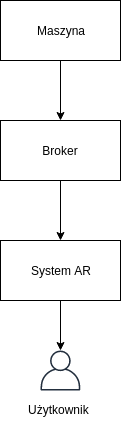
rilek/augumented-reality-experiment keeps this draw.io diagram as tekst/images/architektura.png. Above is the earlier version. Source tidied: cells renumbered, new cells last; positions are measured from the earlier drawing's top-left corner, leaving out a move shared by most shapes.
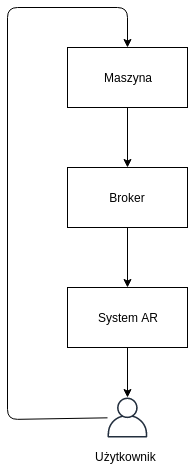
The same file after the commit.

The edit, as a diff of the source:
```diff
@@ -26,5 +26,14 @@
     <mxCell id="9" value="Użytkownik" style="text;html=1;align=left;verticalAlign=top;spacingTop=-4;" parent="1" vertex="1">
       <mxGeometry x="26" y="400" width="80" height="20" as="geometry" />
     </mxCell>
+    <mxCell id="10" style="endArrow=classic;html=1;entryX=0.5;entryY=0;entryDx=0;entryDy=0;" parent="1" edge="1" source="8" target="3">
+      <mxGeometry relative="1" as="geometry">
+        <Array as="points">
+          <mxPoint x="-60" y="372" />
+          <mxPoint x="-60" y="-40" />
+          <mxPoint x="60" y="-40" />
+        </Array>
+      </mxGeometry>
+    </mxCell>
   </root>
 </mxGraphModel>
```
